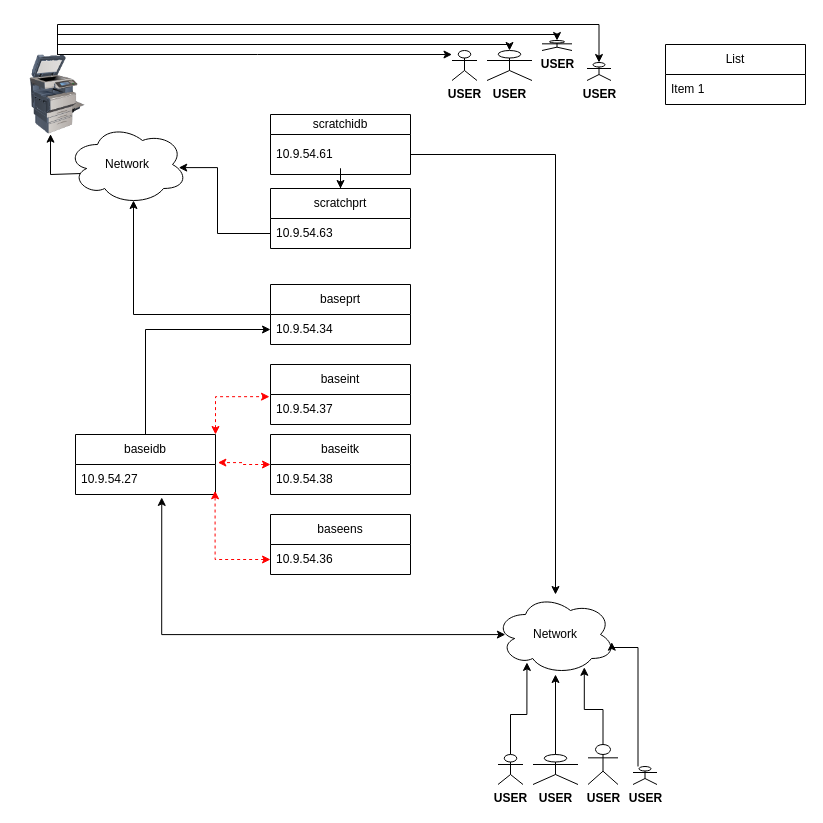
This is page "Trak Scratch/Base/Train" (3 of 7) of trak.drawio from auchmon/auchmon, a draw.io file, before an edit. Source tidied: cells renumbered, new cells numbered last; positions are measured from the earlier drawing's top-left corner, leaving out a move shared by most shapes. Both pictures are drawn from the tidied source at 100%, with x=0, y=0 at pixel (17, 24).
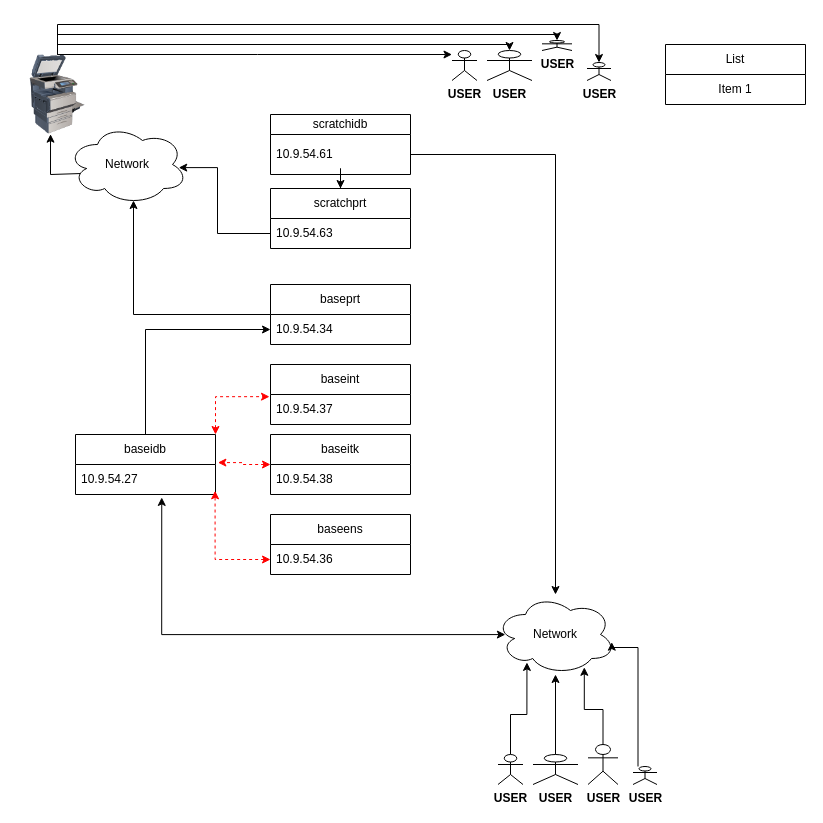
After the change.

Unchanged cells that the change refers to:
```xml
<mxCell id="7" value="List" style="swimlane;fontStyle=0;horizontal=1;startSize=30;whiteSpace=wrap;html=1;" parent="1" vertex="1">
  <mxGeometry x="648" y="20" width="140" height="60" as="geometry" />
</mxCell>
```

What changed in the source:
```diff
@@
-    <mxCell id="8" value="Item 1" style="text;strokeColor=none;fillColor=none;align=left;verticalAlign=middle;spacingLeft=4;spacingRight=4;overflow=hidden;whiteSpace=wrap;html=1;" parent="7" vertex="1">
+    <mxCell id="8" value="Item 1" style="text;strokeColor=none;fillColor=none;align=center;verticalAlign=middle;spacingLeft=4;spacingRight=4;overflow=hidden;whiteSpace=wrap;html=1;" parent="7" vertex="1">
       <mxGeometry y="30" width="140" height="30" as="geometry" />
     </mxCell>
```
